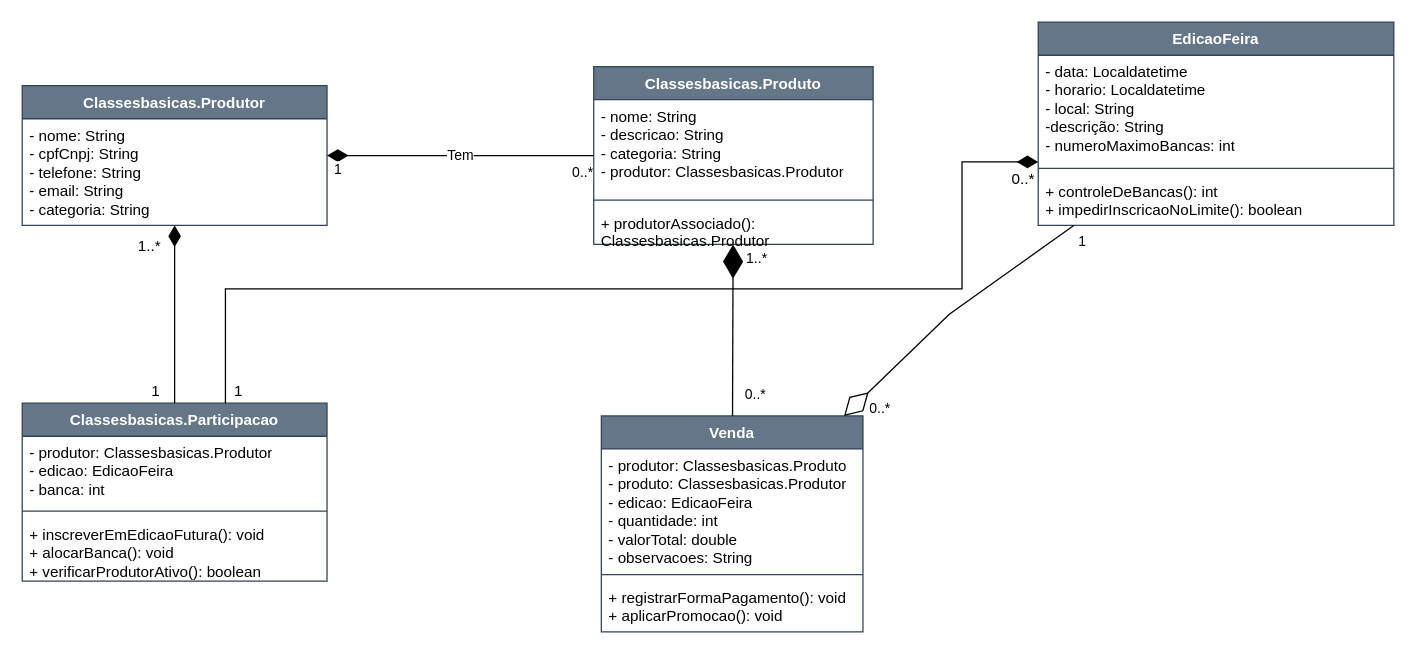
Earlier version of the draw.io diagram gestãofeirasV2(1).drawio (GustavoFelipeM/aplicacao-provas). Source tidied: cells renumbered, new cells numbered last; positions are measured from the earlier drawing's top-left corner, leaving out a move shared by most shapes. Both pictures are drawn from the tidied source at 127%, with x=0, y=0 at pixel (22, 22).
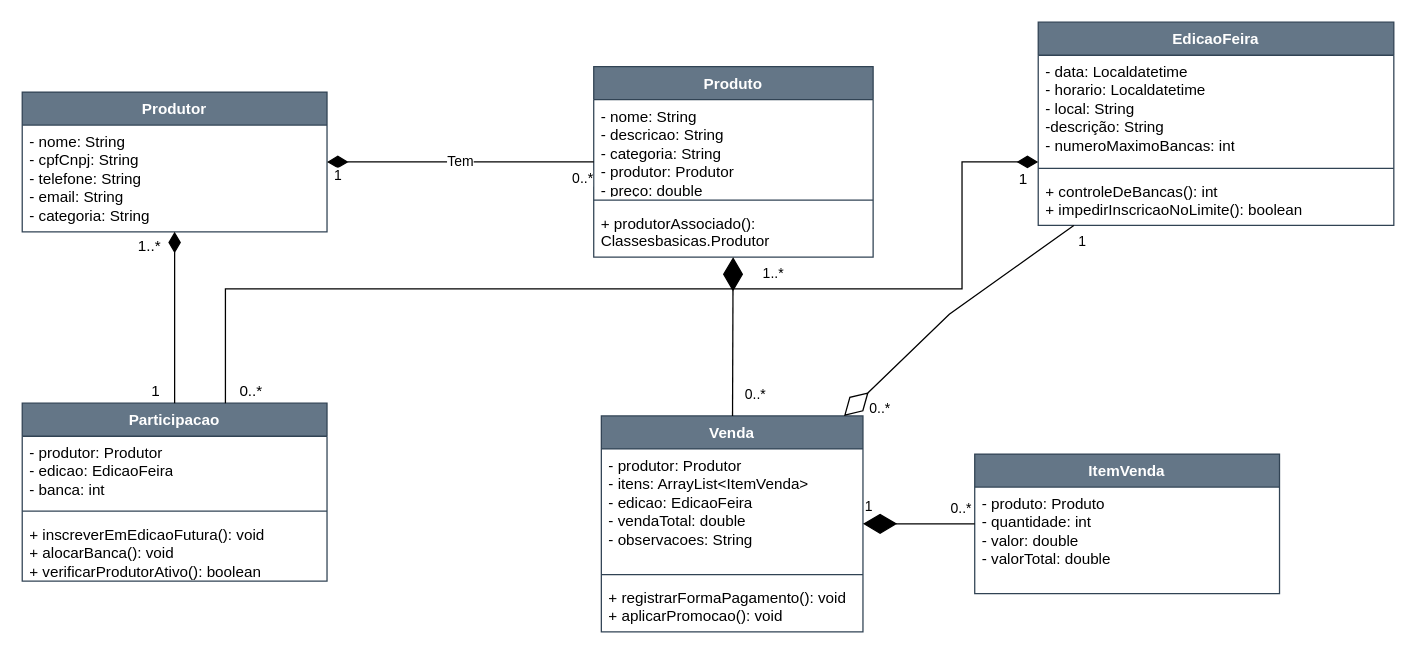
The same page after the edit.

Commit message (it also covers changes not shown here):
Criação de Abstract para repositorio Criação de ItemVenda Mudanças em Produto, ProdutorRepositorio, EdicaoFeira Atualização do diagrama

Unchanged cells that the change refers to:
```xml
<mxCell id="16" value="Venda" style="swimlane;fontStyle=1;align=center;verticalAlign=top;horizontal=1;startSize=26;whiteSpace=wrap;html=1;fillColor=#647687;fontColor=#ffffff;strokeColor=#314354;" parent="1" vertex="1">
  <mxGeometry x="456" y="310" width="206" height="170" as="geometry" />
</mxCell>
```

Change to the diagram source:
```diff
@@
-    <mxCell id="2" value="Classesbasicas.Produtor" style="swimlane;fontStyle=1;align=center;verticalAlign=top;horizontal=1;startSize=26;whiteSpace=wrap;html=1;fillColor=#647687;strokeColor=#314354;fontColor=#ffffff;" parent="1" vertex="1">
-      <mxGeometry y="50" width="240" height="110" as="geometry" />
+    <mxCell id="2" value="Produtor" style="swimlane;fontStyle=1;align=center;verticalAlign=top;horizontal=1;startSize=26;whiteSpace=wrap;html=1;fillColor=#647687;strokeColor=#314354;fontColor=#ffffff;" parent="1" vertex="1">
+      <mxGeometry y="55" width="240" height="110" as="geometry" />
     </mxCell>
@@
-    <mxCell id="4" value="Classesbasicas.Produto" style="swimlane;fontStyle=1;align=center;verticalAlign=top;horizontal=1;startSize=26;whiteSpace=wrap;html=1;fillColor=#647687;strokeColor=#314354;fontColor=#ffffff;" parent="1" vertex="1">
-      <mxGeometry x="450" y="35" width="220" height="140" as="geometry" />
+    <mxCell id="4" value="Produto" style="swimlane;fontStyle=1;align=center;verticalAlign=top;horizontal=1;startSize=26;whiteSpace=wrap;html=1;fillColor=#647687;strokeColor=#314354;fontColor=#ffffff;" parent="1" vertex="1">
+      <mxGeometry x="450" y="35" width="220" height="150" as="geometry" />
     </mxCell>
-    <mxCell id="5" value="- nome: String&lt;div&gt;- descricao&lt;span style=&quot;background-color: transparent; color: light-dark(rgb(0, 0, 0), rgb(255, 255, 255));&quot;&gt;: String&lt;/span&gt;&lt;/div&gt;&lt;div&gt;- categoria&lt;span style=&quot;background-color: transparent; color: light-dark(rgb(0, 0, 0), rgb(255, 255, 255));&quot;&gt;: String&lt;/span&gt;&lt;/div&gt;&lt;div&gt;&lt;span style=&quot;background-color: transparent; color: light-dark(rgb(0, 0, 0), rgb(255, 255, 255));&quot;&gt;- produtor: Classesbasicas.Produtor&lt;/span&gt;&lt;/div&gt;" style="text;strokeColor=none;fillColor=none;align=left;verticalAlign=top;spacingLeft=4;spacingRight=4;overflow=hidden;whiteSpace=wrap;html=1;" parent="4" vertex="1">
+    <mxCell id="5" value="- nome: String&lt;div&gt;- descricao&lt;span style=&quot;background-color: transparent; color: light-dark(rgb(0, 0, 0), rgb(255, 255, 255));&quot;&gt;: String&lt;/span&gt;&lt;/div&gt;&lt;div&gt;- categoria&lt;span style=&quot;background-color: transparent; color: light-dark(rgb(0, 0, 0), rgb(255, 255, 255));&quot;&gt;: String&lt;/span&gt;&lt;/div&gt;&lt;div&gt;&lt;span style=&quot;background-color: transparent; color: light-dark(rgb(0, 0, 0), rgb(255, 255, 255));&quot;&gt;- produtor: Produtor&lt;/span&gt;&lt;/div&gt;&lt;div&gt;- preço: double&lt;/div&gt;" style="text;strokeColor=none;fillColor=none;align=left;verticalAlign=top;spacingLeft=4;spacingRight=4;overflow=hidden;whiteSpace=wrap;html=1;" parent="4" vertex="1">
       <mxGeometry y="26" width="220" height="74" as="geometry" />
     </mxCell>
@@
     <mxCell id="7" value="&lt;div&gt;+ produtorAssociado(): Classesbasicas.Produtor&lt;/div&gt;&lt;div&gt;&lt;br&gt;&lt;/div&gt;" style="text;strokeColor=none;fillColor=none;align=left;verticalAlign=top;spacingLeft=4;spacingRight=4;overflow=hidden;whiteSpace=wrap;html=1;" parent="4" vertex="1">
-      <mxGeometry y="110" width="220" height="30" as="geometry" />
+      <mxGeometry y="110" width="220" height="40" as="geometry" />
     </mxCell>
@@
-    <mxCell id="12" value="Classesbasicas.Participacao" style="swimlane;fontStyle=1;align=center;verticalAlign=top;horizontal=1;startSize=26;whiteSpace=wrap;html=1;fillColor=#647687;fontColor=#ffffff;strokeColor=#314354;" parent="1" vertex="1">
+    <mxCell id="12" value="Participacao" style="swimlane;fontStyle=1;align=center;verticalAlign=top;horizontal=1;startSize=26;whiteSpace=wrap;html=1;fillColor=#647687;fontColor=#ffffff;strokeColor=#314354;" parent="1" vertex="1">
       <mxGeometry y="300" width="240" height="140" as="geometry" />
     </mxCell>
-    <mxCell id="13" value="- produtor: Classesbasicas.Produtor&lt;div&gt;- edicao: EdicaoFeira&lt;/div&gt;&lt;div&gt;- banca: int&lt;/div&gt;" style="text;strokeColor=none;fillColor=none;align=left;verticalAlign=top;spacingLeft=4;spacingRight=4;overflow=hidden;whiteSpace=wrap;html=1;" parent="12" vertex="1">
+    <mxCell id="13" value="- produtor: Produtor&lt;div&gt;- edicao: EdicaoFeira&lt;/div&gt;&lt;div&gt;- banca: int&lt;/div&gt;" style="text;strokeColor=none;fillColor=none;align=left;verticalAlign=top;spacingLeft=4;spacingRight=4;overflow=hidden;whiteSpace=wrap;html=1;" parent="12" vertex="1">
       <mxGeometry y="26" width="240" height="54" as="geometry" />
     </mxCell>
@@
-    <mxCell id="17" value="- produtor: Classesbasicas.Produto&lt;div&gt;- produto: Classesbasicas.Produtor&lt;/div&gt;&lt;div&gt;- edicao: EdicaoFeira&lt;/div&gt;&lt;div&gt;- quantidade: int&lt;/div&gt;&lt;div&gt;- valorTotal: double&lt;/div&gt;&lt;div&gt;- observacoes: String&lt;/div&gt;" style="text;strokeColor=none;fillColor=none;align=left;verticalAlign=top;spacingLeft=4;spacingRight=4;overflow=hidden;whiteSpace=wrap;html=1;" parent="16" vertex="1">
+    <mxCell id="17" value="- produtor: Produtor&lt;div&gt;&lt;span style=&quot;background-color: transparent; color: light-dark(rgb(0, 0, 0), rgb(255, 255, 255));&quot;&gt;- itens: ArrayList&amp;lt;ItemVenda&amp;gt;&amp;nbsp;&lt;/span&gt;&lt;/div&gt;&lt;div&gt;&lt;span style=&quot;background-color: transparent; color: light-dark(rgb(0, 0, 0), rgb(255, 255, 255));&quot;&gt;- edicao: EdicaoFeira&lt;/span&gt;&lt;/div&gt;&lt;div&gt;&lt;span style=&quot;background-color: transparent; color: light-dark(rgb(0, 0, 0), rgb(255, 255, 255));&quot;&gt;- vendaTotal: double&lt;/span&gt;&lt;/div&gt;&lt;div&gt;- observacoes: String&lt;/div&gt;" style="text;strokeColor=none;fillColor=none;align=left;verticalAlign=top;spacingLeft=4;spacingRight=4;overflow=hidden;whiteSpace=wrap;html=1;" parent="16" vertex="1">
       <mxGeometry y="26" width="206" height="94" as="geometry" />
     </mxCell>
@@
     <mxCell id="29" value="1..*" style="edgeLabel;html=1;align=right;verticalAlign=top;" parent="1" vertex="1">
-      <mxGeometry x="587" y="173" as="geometry" />
+      <mxGeometry x="600" y="185" as="geometry" />
     </mxCell>
@@
-    <mxCell id="31" value="0..*" style="text;html=1;align=center;verticalAlign=middle;strokeColor=none;fillColor=none;" parent="1" vertex="1">
-      <mxGeometry x="768" y="109" width="40" height="30" as="geometry" />
+    <mxCell id="31" value="1" style="text;html=1;align=center;verticalAlign=middle;strokeColor=none;fillColor=none;" parent="1" vertex="1">
+      <mxGeometry x="773" y="109" width="30" height="30" as="geometry" />
     </mxCell>
-    <mxCell id="32" value="&lt;div&gt;1&lt;/div&gt;&lt;div&gt;&lt;br&gt;&lt;/div&gt;" style="text;html=1;align=center;verticalAlign=middle;strokeColor=none;fillColor=none;" parent="1" vertex="1">
-      <mxGeometry x="155" y="278" width="30" height="40" as="geometry" />
+    <mxCell id="32" value="&lt;div&gt;0..*&lt;/div&gt;" style="text;html=1;align=center;verticalAlign=middle;strokeColor=none;fillColor=none;" parent="1" vertex="1">
+      <mxGeometry x="160" y="276" width="40" height="30" as="geometry" />
     </mxCell>
@@
+    <mxCell id="35" value="ItemVenda" style="swimlane;fontStyle=1;align=center;verticalAlign=top;horizontal=1;startSize=26;whiteSpace=wrap;html=1;fillColor=#647687;strokeColor=#314354;fontColor=#ffffff;" parent="1" vertex="1">
+      <mxGeometry x="750" y="340" width="240" height="110" as="geometry" />
+    </mxCell>
+    <mxCell id="36" value="&lt;div&gt;- produto: Produto&lt;/div&gt;- quantidade: int&lt;br&gt;- valor: double&lt;div&gt;- valorTotal: double&lt;/div&gt;" style="text;strokeColor=none;fillColor=none;align=left;verticalAlign=top;spacingLeft=4;spacingRight=4;overflow=hidden;whiteSpace=wrap;html=1;" parent="35" vertex="1">
+      <mxGeometry y="26" width="240" height="84" as="geometry" />
+    </mxCell>
+    <mxCell id="37" style="endArrow=diamondThin;endFill=1;endSize=24;html=1;rounded=0;" parent="1" edge="1" source="35" target="16">
+      <mxGeometry relative="1" as="geometry" />
+    </mxCell>
+    <mxCell id="38" value="0..*" style="edgeLabel;html=1;align=right;verticalAlign=top;" parent="1" vertex="1">
+      <mxGeometry x="748" y="370" as="geometry" />
+    </mxCell>
+    <mxCell id="39" value="1" style="edgeLabel;html=1;align=left;verticalAlign=top;" parent="1" vertex="1">
+      <mxGeometry x="662" y="368" as="geometry" />
+    </mxCell>
```
